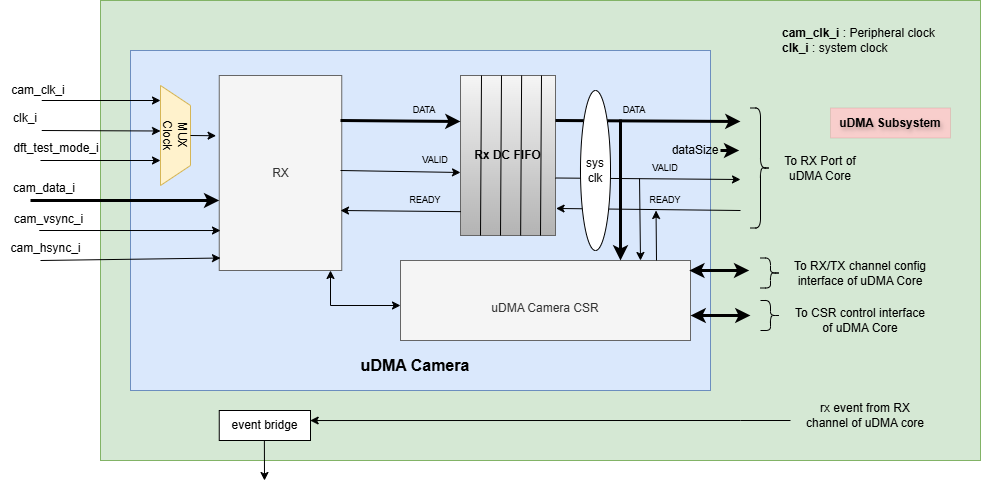
Before: docs/doc-src/ip-blocks/uDMA_Camera_Block_Diagram.png, a diagram exported from draw.io (openhwgroup/core-v-mcu). Source tidied: cells renumbered, new cells last; positions are measured from the earlier drawing's top-left corner, leaving out a move shared by most shapes.
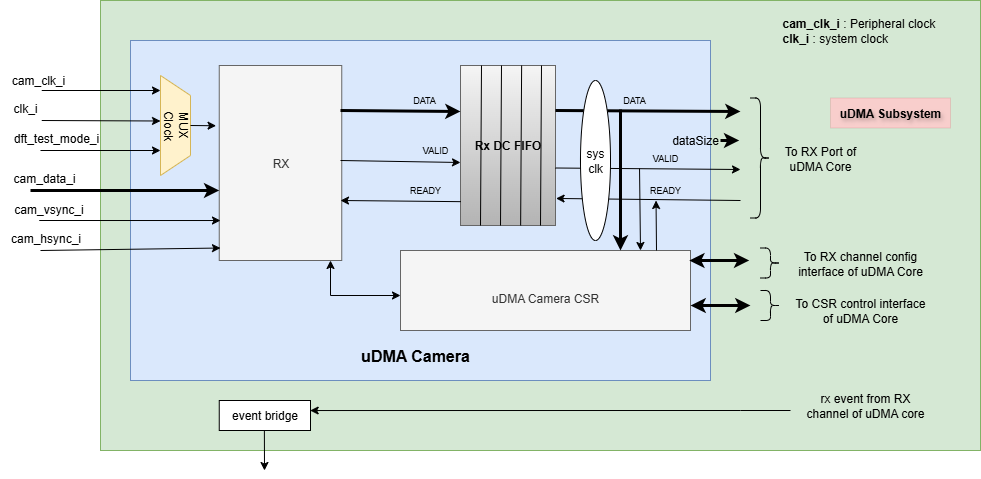
Above is the later version.

Commit message:
uDMA Camera: Fixed typo

The edit, as a diff of the source:
```diff
@@ -3,7 +3,7 @@
     <mxCell id="0" />
     <mxCell id="1" parent="0" />
     <mxCell id="2" style="rounded=0;whiteSpace=wrap;html=1;fillColor=#d5e8d4;strokeColor=#82b366;" parent="1" vertex="1">
-      <mxGeometry x="100" width="880" height="460" as="geometry" />
+      <mxGeometry x="100" y="10" width="880" height="450" as="geometry" />
     </mxCell>
     <mxCell id="3" style="rounded=0;whiteSpace=wrap;html=1;fillColor=#dae8fc;strokeColor=#6c8ebf;" parent="1" vertex="1">
       <mxGeometry x="130" y="50" width="580" height="340" as="geometry" />
@@ -146,7 +146,7 @@
     <mxCell id="35" style="shape=curlyBracket;whiteSpace=wrap;html=1;rounded=1;flipH=1;labelPosition=right;verticalLabelPosition=middle;align=left;verticalAlign=middle;size=0.5;" parent="1" vertex="1">
       <mxGeometry x="760" y="257.5" width="20" height="30" as="geometry" />
     </mxCell>
-    <mxCell id="36" value="To RX/TX channel config interface of uDMA Core" style="text;html=1;align=center;verticalAlign=middle;whiteSpace=wrap;rounded=0;" parent="1" vertex="1">
+    <mxCell id="36" value="To RX channel config interface of uDMA Core" style="text;html=1;align=center;verticalAlign=middle;whiteSpace=wrap;rounded=0;" parent="1" vertex="1">
       <mxGeometry x="785" y="250" width="150" height="45" as="geometry" />
     </mxCell>
     <mxCell id="37" style="endArrow=classic;startArrow=classic;html=1;rounded=0;" parent="1" edge="1">
```
